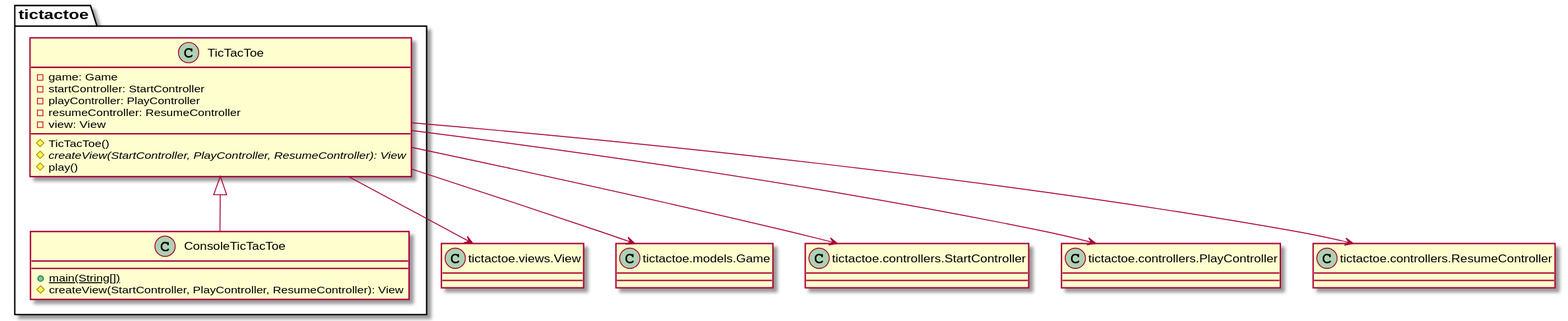
This is modelViewPresenter/presentationModel/basic/docs/diagrams/out/paquetes/paqueteTicTacToe.svg from Jolucaa/USantaTecla-project-ticTacToe, a PlantUML export, as it was before one commit.
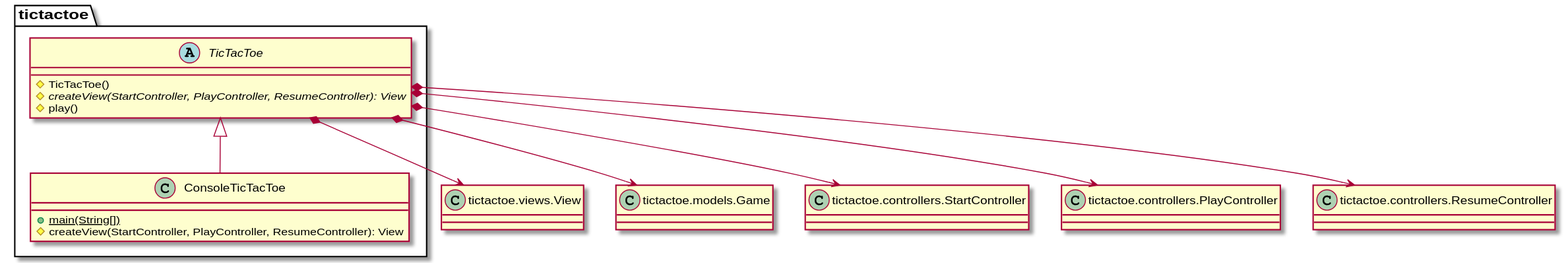
Above is the later version.

The edit, as a diff of the source:
```diff
@@ -11,19 +11,14 @@
 }
 tictactoe.TicTacToe <|-down- tictactoe.ConsoleTicTacToe
 
-class  tictactoe.TicTacToe{
-- game: Game
-- startController: StartController
-- playController: PlayController
-- resumeController: ResumeController
-- view: View
+abstract class  tictactoe.TicTacToe{
 # TicTacToe()
 # {abstract} createView(StartController, PlayController, ResumeController): View
 # play()
 }
-tictactoe.TicTacToe --> View
-tictactoe.TicTacToe --> Game
-tictactoe.TicTacToe --> StartController
-tictactoe.TicTacToe --> PlayController
-tictactoe.TicTacToe --> ResumeController
+tictactoe.TicTacToe *-down-> Game
+tictactoe.TicTacToe *-down-> View
+tictactoe.TicTacToe *-down-> StartController
+tictactoe.TicTacToe *-down-> PlayController
+tictactoe.TicTacToe *-down-> ResumeController
 @enduml
```
